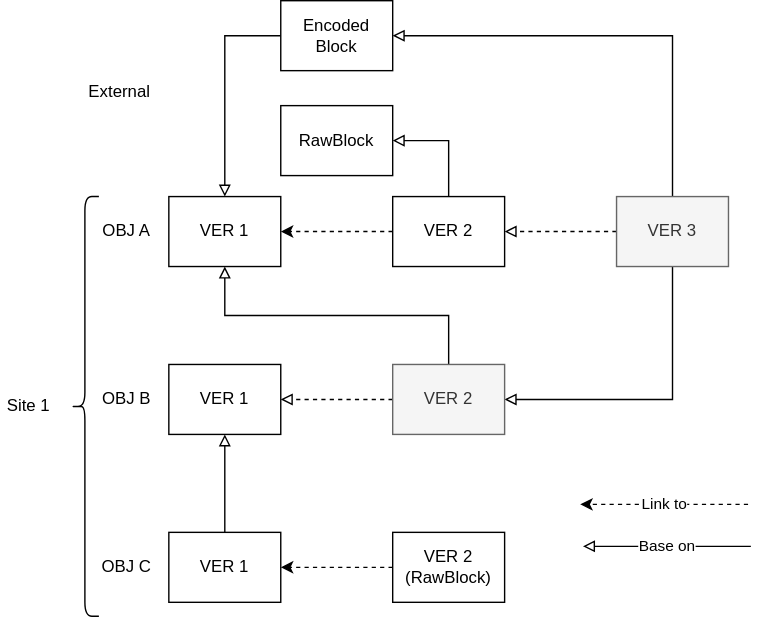
The draw.io diagram docs/archive.drawio.svg in Melotte/Melotte, before a commit. Source tidied: cells renumbered, new cells last; positions are measured from the earlier drawing's top-left corner, leaving out a move shared by most shapes.
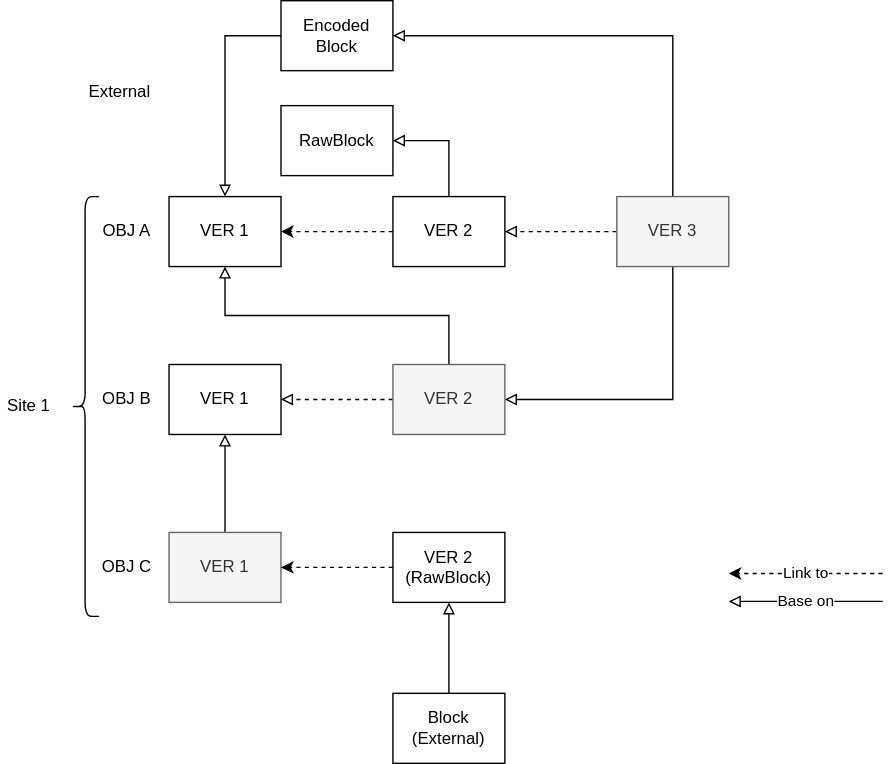
After the change.

Change to the diagram source:
```diff
@@ -58,20 +58,20 @@
     </mxCell>
     <mxCell id="20" value="Link to" style="endArrow=classic;html=1;dashed=1;" parent="1" edge="1">
       <mxGeometry relative="1" as="geometry">
-        <mxPoint x="534" y="360" as="sourcePoint" />
-        <mxPoint x="414" y="360" as="targetPoint" />
+        <mxPoint x="630" y="409.3" as="sourcePoint" />
+        <mxPoint x="520" y="409.3" as="targetPoint" />
       </mxGeometry>
     </mxCell>
     <mxCell id="21" value="Base on" style="endArrow=block;html=1;endFill=0;" parent="1" edge="1">
       <mxGeometry relative="1" as="geometry">
-        <mxPoint x="536" y="390" as="sourcePoint" />
-        <mxPoint x="416" y="390" as="targetPoint" />
+        <mxPoint x="630" y="429.3" as="sourcePoint" />
+        <mxPoint x="520" y="429.3" as="targetPoint" />
       </mxGeometry>
     </mxCell>
     <mxCell id="22" style="edgeStyle=orthogonalEdgeStyle;rounded=0;jettySize=auto;html=1;exitX=0.5;exitY=0;exitDx=0;exitDy=0;endArrow=block;endFill=0;" parent="1" edge="1" source="23" target="15">
       <mxGeometry relative="1" as="geometry" />
     </mxCell>
-    <mxCell id="23" value="VER 1" style="rounded=0;whiteSpace=wrap;html=1;" parent="1" vertex="1">
+    <mxCell id="23" value="VER 1" style="rounded=0;whiteSpace=wrap;html=1;fillColor=#f5f5f5;strokeColor=#666666;fontColor=#333333;" parent="1" vertex="1">
       <mxGeometry x="120" y="380" width="80" height="50" as="geometry" />
     </mxCell>
     <mxCell id="24" value="OBJ C" style="text;html=1;strokeColor=none;fillColor=none;align=center;verticalAlign=middle;whiteSpace=wrap;rounded=0;" parent="1" vertex="1">
@@ -89,5 +89,11 @@
     <mxCell id="28" value="VER 2&lt;br&gt;(RawBlock)" style="rounded=0;whiteSpace=wrap;html=1;" parent="1" vertex="1">
       <mxGeometry x="280" y="380" width="80" height="50" as="geometry" />
     </mxCell>
+    <mxCell id="29" style="edgeStyle=orthogonalEdgeStyle;rounded=0;jettySize=auto;html=1;exitX=0.5;exitY=0;exitDx=0;exitDy=0;endArrow=block;endFill=0;" parent="1" edge="1" source="30" target="28">
+      <mxGeometry relative="1" as="geometry" />
+    </mxCell>
+    <mxCell id="30" value="Block&lt;br&gt;(External)" style="rounded=0;whiteSpace=wrap;html=1;" parent="1" vertex="1">
+      <mxGeometry x="280" y="495" width="80" height="50" as="geometry" />
+    </mxCell>
   </root>
 </mxGraphModel>
```
